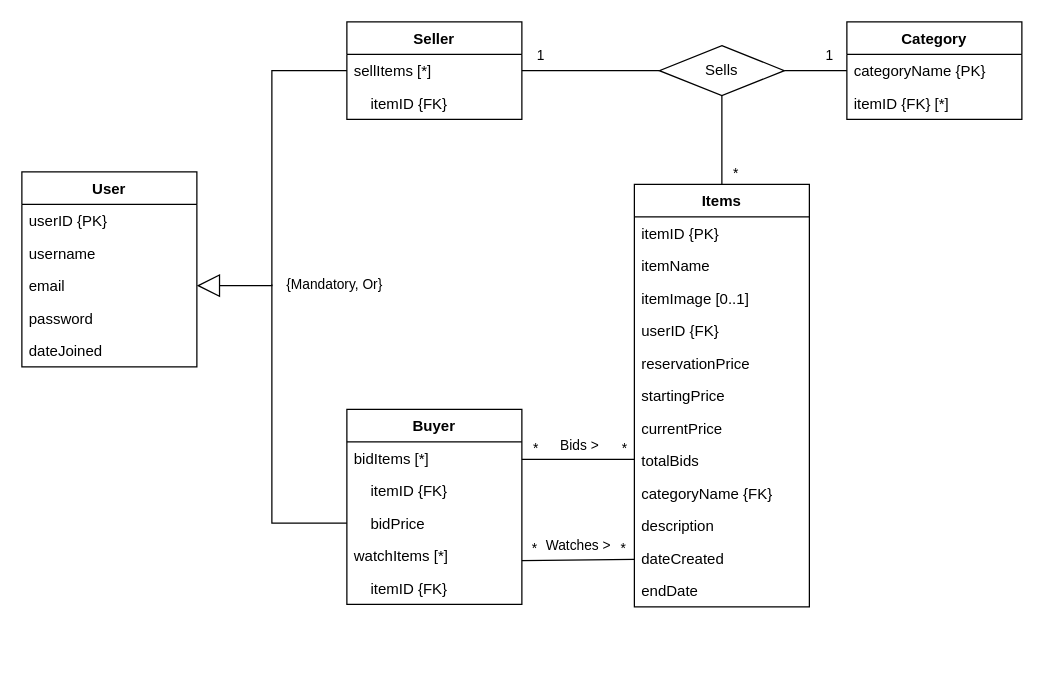
Before: erdiagram.drawio in wenzhaojia2000/auction, a draw.io diagram. Source tidied: cells renumbered, new cells numbered last; positions are measured from the earlier drawing's top-left corner, leaving out a move shared by most shapes. Both pictures are drawn from the tidied source at 125%, with x=0, y=0 at pixel (21, 21).
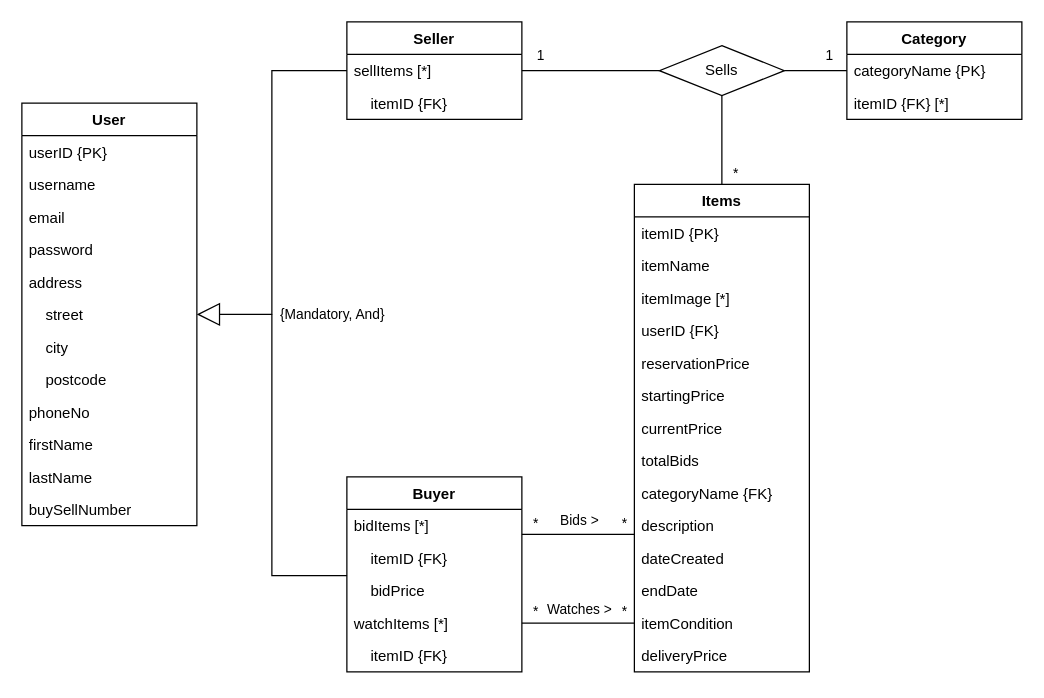
Above is the later version.

Commit message (it also covers changes not shown here):
Adds ER diagram suggestions, adds auction site instructions to readme

Modifies ER diagram's attributes to meeting's suggestions
Fix some uncapitalised letters in readme
Adds "Running the auction site" instructions to readme

The change refers to these unchanged cells:
```xml
<mxCell id="5" value="email" style="text;strokeColor=none;fillColor=none;align=left;verticalAlign=top;spacingLeft=4;spacingRight=4;overflow=hidden;points=[[0,0.5],[1,0.5]];portConstraint=eastwest;" parent="2" vertex="1">
  <mxGeometry y="78" width="140" height="26" as="geometry" />
</mxCell>
<mxCell id="9" value="sellItems [*]" style="text;strokeColor=none;fillColor=none;align=left;verticalAlign=top;spacingLeft=4;spacingRight=4;overflow=hidden;points=[[0,0.5],[1,0.5]];portConstraint=eastwest;" parent="8" vertex="1">
  <mxGeometry y="26" width="140" height="26" as="geometry" />
</mxCell>
<mxCell id="13" value="bidItems [*]" style="text;strokeColor=none;fillColor=none;align=left;verticalAlign=top;spacingLeft=4;spacingRight=4;overflow=hidden;points=[[0,0.5],[1,0.5]];portConstraint=eastwest;" parent="12" vertex="1">
  <mxGeometry y="26" width="140" height="26" as="geometry" />
</mxCell>
<mxCell id="15" value="    bidPrice" style="text;strokeColor=none;fillColor=none;align=left;verticalAlign=top;spacingLeft=4;spacingRight=4;overflow=hidden;points=[[0,0.5],[1,0.5]];portConstraint=eastwest;" parent="12" vertex="1">
  <mxGeometry y="78" width="140" height="26" as="geometry" />
</mxCell>
```

The edit, as a diff of the source:
```diff
@@
     <mxCell id="2" value="User" style="swimlane;fontStyle=1;horizontal=1;startSize=26;fillColor=none;" parent="1" vertex="1">
-      <mxGeometry y="120" width="140" height="156" as="geometry" />
+      <mxGeometry y="65" width="140" height="338" as="geometry" />
     </mxCell>
@@
-    <mxCell id="7" value="dateJoined" style="text;strokeColor=none;fillColor=none;align=left;verticalAlign=top;spacingLeft=4;spacingRight=4;overflow=hidden;" parent="2" vertex="1">
+    <mxCell id="7" value="address" style="text;strokeColor=none;fillColor=none;align=left;verticalAlign=top;spacingLeft=4;spacingRight=4;overflow=hidden;" parent="2" vertex="1">
       <mxGeometry y="130" width="140" height="26" as="geometry" />
     </mxCell>
+    <mxCell id="50" value="    street" style="text;strokeColor=none;fillColor=none;align=left;verticalAlign=top;spacingLeft=4;spacingRight=4;overflow=hidden;points=[[0,0.5],[1,0.5]];portConstraint=eastwest;" parent="2" vertex="1">
+      <mxGeometry y="156" width="140" height="26" as="geometry" />
+    </mxCell>
+    <mxCell id="51" value="    city" style="text;strokeColor=none;fillColor=none;align=left;verticalAlign=top;spacingLeft=4;spacingRight=4;overflow=hidden;" parent="2" vertex="1">
+      <mxGeometry y="182" width="140" height="26" as="geometry" />
+    </mxCell>
+    <mxCell id="52" value="    postcode" style="text;strokeColor=none;fillColor=none;align=left;verticalAlign=top;spacingLeft=4;spacingRight=4;overflow=hidden;" parent="2" vertex="1">
+      <mxGeometry y="208" width="140" height="26" as="geometry" />
+    </mxCell>
+    <mxCell id="53" value="phoneNo" style="text;strokeColor=none;fillColor=none;align=left;verticalAlign=top;spacingLeft=4;spacingRight=4;overflow=hidden;" parent="2" vertex="1">
+      <mxGeometry y="234" width="140" height="26" as="geometry" />
+    </mxCell>
+    <mxCell id="54" value="firstName" style="text;strokeColor=none;fillColor=none;align=left;verticalAlign=top;spacingLeft=4;spacingRight=4;overflow=hidden;" parent="2" vertex="1">
+      <mxGeometry y="260" width="140" height="26" as="geometry" />
+    </mxCell>
+    <mxCell id="55" value="lastName" style="text;strokeColor=none;fillColor=none;align=left;verticalAlign=top;spacingLeft=4;spacingRight=4;overflow=hidden;" parent="2" vertex="1">
+      <mxGeometry y="286" width="140" height="26" as="geometry" />
+    </mxCell>
+    <mxCell id="56" value="buySellNumber" style="text;strokeColor=none;fillColor=none;align=left;verticalAlign=top;spacingLeft=4;spacingRight=4;overflow=hidden;" parent="2" vertex="1">
+      <mxGeometry y="312" width="140" height="26" as="geometry" />
+    </mxCell>
@@
-    <mxCell id="11" style="endArrow=block;endSize=16;endFill=0;rounded=0;exitX=0;exitY=0.5;exitDx=0;exitDy=0;entryX=1;entryY=0.5;entryDx=0;entryDy=0;html=1;" parent="1" edge="1" source="9" target="5">
+    <mxCell id="11" style="endArrow=block;endSize=16;endFill=0;rounded=0;exitX=0;exitY=0.5;exitDx=0;exitDy=0;entryX=1;entryY=0.5;entryDx=0;entryDy=0;html=1;" parent="1" edge="1" source="9" target="50">
       <mxGeometry relative="1" as="geometry">
         <Array as="points">
           <mxPoint x="200" y="39" />
-          <mxPoint x="200" y="211" />
+          <mxPoint x="200" y="234" />
         </Array>
       </mxGeometry>
     </mxCell>
     <mxCell id="12" value="Buyer" style="swimlane;fontStyle=1;horizontal=1;startSize=26;fillColor=none;" parent="1" vertex="1">
-      <mxGeometry x="260" y="310" width="140" height="156" as="geometry" />
+      <mxGeometry x="260" y="364" width="140" height="156" as="geometry" />
     </mxCell>
@@
-    <mxCell id="18" value="{Mandatory, Or}" style="endArrow=none;endSize=16;endFill=0;html=1;rounded=0;exitX=0;exitY=0.5;exitDx=0;exitDy=0;align=left;" parent="1" edge="1" source="15">
-      <mxGeometry x="1" y="10" relative="1" as="geometry">
-        <mxPoint x="200" y="210" as="targetPoint" />
+    <mxCell id="18" value="{Mandatory, And}" style="endArrow=none;endSize=16;endFill=0;html=1;rounded=0;exitX=0.001;exitY=0.04;exitDx=0;exitDy=0;align=left;exitPerimeter=0;" parent="1" edge="1" source="15">
+      <mxGeometry x="1" y="-5" relative="1" as="geometry">
+        <mxPoint x="200" y="234" as="targetPoint" />
         <Array as="points">
-          <mxPoint x="200" y="401" />
-          <mxPoint x="200" y="210" />
+          <mxPoint x="200" y="443" />
         </Array>
-        <mxPoint x="10" as="offset" />
       </mxGeometry>
     </mxCell>
     <mxCell id="19" value="Items" style="swimlane;fontStyle=1;horizontal=1;startSize=26;fillColor=none;" parent="1" vertex="1">
-      <mxGeometry x="490" y="130" width="140" height="338" as="geometry" />
+      <mxGeometry x="490" y="130" width="140" height="390" as="geometry" />
     </mxCell>
@@
-    <mxCell id="22" value="itemImage [0..1]" style="text;strokeColor=none;fillColor=none;align=left;verticalAlign=top;spacingLeft=4;spacingRight=4;overflow=hidden;" parent="19" vertex="1">
+    <mxCell id="22" value="itemImage [*]" style="text;strokeColor=none;fillColor=none;align=left;verticalAlign=top;spacingLeft=4;spacingRight=4;overflow=hidden;" parent="19" vertex="1">
       <mxGeometry y="78" width="140" height="26" as="geometry" />
     </mxCell>
@@
+    <mxCell id="57" value="itemCondition" style="text;strokeColor=none;fillColor=none;align=left;verticalAlign=top;spacingLeft=4;spacingRight=4;overflow=hidden;" parent="19" vertex="1">
+      <mxGeometry y="338" width="140" height="26" as="geometry" />
+    </mxCell>
+    <mxCell id="58" value="deliveryPrice" style="text;strokeColor=none;fillColor=none;align=left;verticalAlign=top;spacingLeft=4;spacingRight=4;overflow=hidden;" parent="19" vertex="1">
+      <mxGeometry y="364" width="140" height="26" as="geometry" />
+    </mxCell>
@@
     <mxCell id="42" style="edgeStyle=orthogonalEdgeStyle;rounded=0;jettySize=auto;html=1;endArrow=none;endFill=0;" parent="1" edge="1" source="13">
       <mxGeometry relative="1" as="geometry">
-        <mxPoint x="490" y="350" as="targetPoint" />
+        <mxPoint x="490" y="410" as="targetPoint" />
         <Array as="points">
-          <mxPoint x="490" y="350" />
+          <mxPoint x="490" y="410" />
         </Array>
       </mxGeometry>
     </mxCell>
@@
     <mxCell id="46" style="edgeStyle=orthogonalEdgeStyle;rounded=0;orthogonalLoop=1;jettySize=auto;html=1;entryX=0;entryY=0.5;entryDx=0;entryDy=0;endArrow=none;endFill=0;" parent="1" edge="1">
       <mxGeometry relative="1" as="geometry">
-        <mxPoint x="400" y="431" as="sourcePoint" />
-        <mxPoint x="490" y="430" as="targetPoint" />
+        <mxPoint x="400" y="481" as="sourcePoint" />
+        <mxPoint x="490" y="481" as="targetPoint" />
         <Array as="points">
-          <mxPoint x="490" y="431" />
+          <mxPoint x="490" y="481" />
         </Array>
       </mxGeometry>
     </mxCell>
```
